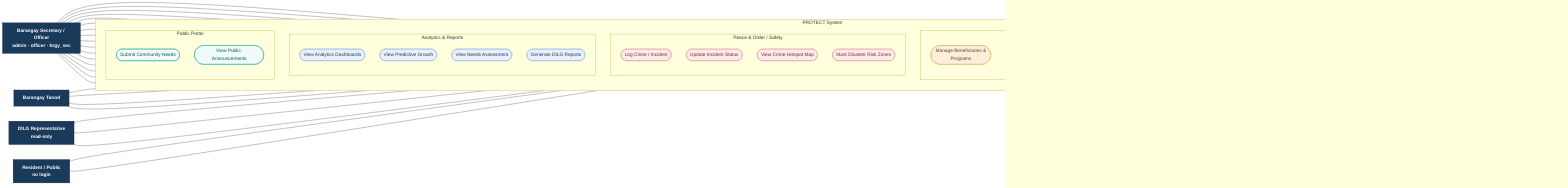
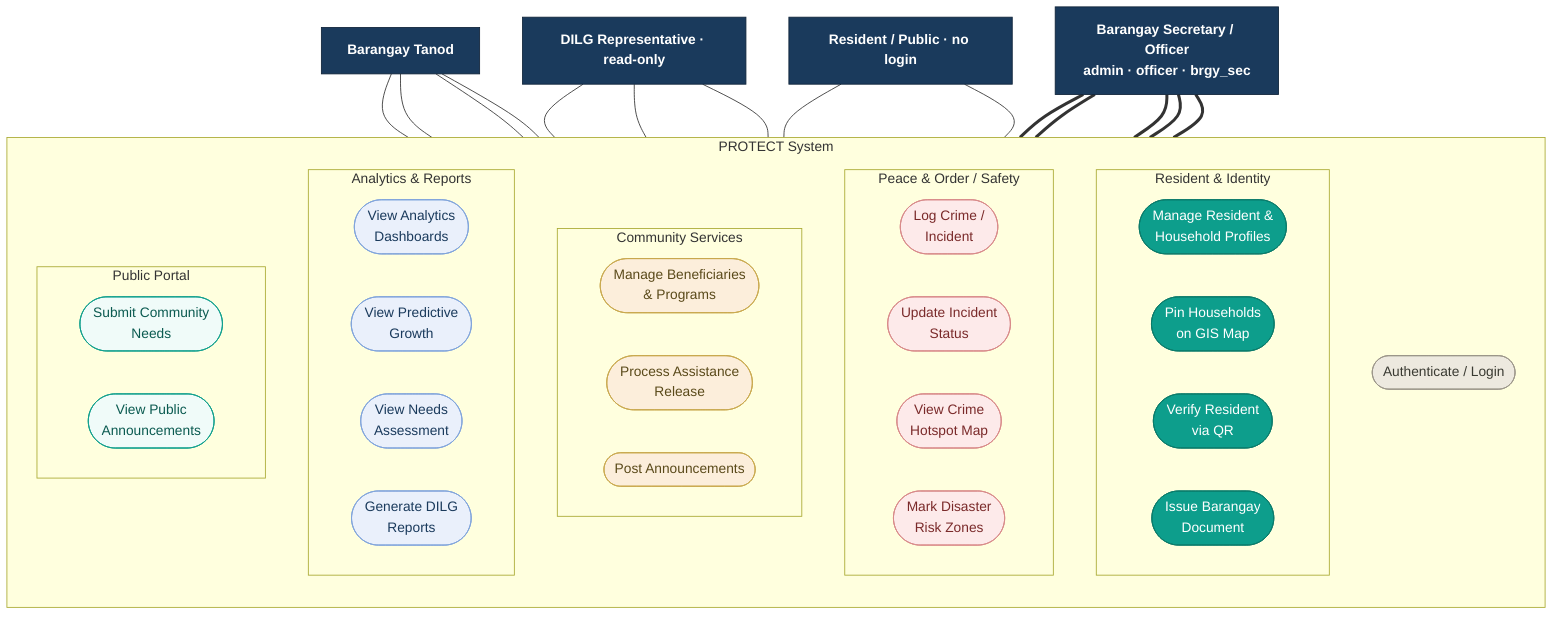
- flowchart LR
-     %% ===== Actors =====
+ flowchart TB
+     %% ===== Actors (top row) =====
    Sec[" Barangay Secretary / Officer<br/>admin · officer · brgy_sec"]
    Tanod[" Barangay Tanod"]
-     DILG[" DILG Representative<br/>read-only"]
-     Res[" Resident / Public<br/>no login"]
+     DILG[" DILG Representative · read-only"]
+     Res[" Resident / Public · no login"]

    subgraph SYS[PROTECT System]
      direction TB

      UC_Login(["Authenticate / Login"])

      subgraph G1[Resident & Identity]
-         direction TB
+         direction LR
        UC_Res(["Manage Resident &<br/>Household Profiles"])
-         UC_GIS(["Pin Households on GIS Map"])
-         UC_QR(["Verify Resident via QR"])
-         UC_Doc(["Issue Barangay Document"])
+         UC_GIS(["Pin Households<br/>on GIS Map"])
+         UC_QR(["Verify Resident<br/>via QR"])
+         UC_Doc(["Issue Barangay<br/>Document"])
+       end
+ 
+       subgraph G3[Peace & Order / Safety]
+         direction LR
+         UC_Log(["Log Crime /<br/>Incident"])
+         UC_Stat(["Update Incident<br/>Status"])
+         UC_Hot(["View Crime<br/>Hotspot Map"])
+         UC_Dis(["Mark Disaster<br/>Risk Zones"])
      end

      subgraph G2[Community Services]
-         direction TB
-         UC_Ben(["Manage Beneficiaries &<br/>Programs"])
-         UC_Aid(["Process Assistance Release"])
+         direction LR
+         UC_Ben(["Manage Beneficiaries<br/>& Programs"])
+         UC_Aid(["Process Assistance<br/>Release"])
        UC_Ann(["Post Announcements"])
      end

-       subgraph G3[Peace & Order / Safety]
-         direction TB
-         UC_Log(["Log Crime / Incident"])
-         UC_Stat(["Update Incident Status"])
-         UC_Hot(["View Crime Hotspot Map"])
-         UC_Dis(["Mark Disaster Risk Zones"])
-       end
- 
      subgraph G4[Analytics & Reports]
-         direction TB
-         UC_Ana(["View Analytics Dashboards"])
-         UC_Pred(["View Predictive Growth"])
-         UC_Needs(["View Needs Assessment"])
-         UC_Rep(["Generate DILG Reports"])
+         direction LR
+         UC_Ana(["View Analytics<br/>Dashboards"])
+         UC_Pred(["View Predictive<br/>Growth"])
+         UC_Needs(["View Needs<br/>Assessment"])
+         UC_Rep(["Generate DILG<br/>Reports"])
      end

      subgraph G5[Public Portal]
-         direction TB
-         UC_Submit(["Submit Community Needs"])
-         UC_PubAnn(["View Public Announcements"])
+         direction LR
+         UC_Submit(["Submit Community<br/>Needs"])
+         UC_PubAnn(["View Public<br/>Announcements"])
      end
    end

-     %% ===== Secretary / Officer — full access =====
-     Sec --- UC_Login
-     Sec --- UC_Res
-     Sec --- UC_GIS
-     Sec --- UC_QR
-     Sec --- UC_Doc
-     Sec --- UC_Ben
-     Sec --- UC_Aid
-     Sec --- UC_Ann
-     Sec --- UC_Log
-     Sec --- UC_Stat
-     Sec --- UC_Hot
-     Sec --- UC_Dis
-     Sec --- UC_Ana
-     Sec --- UC_Pred
-     Sec --- UC_Needs
-     Sec --- UC_Rep
+     %% ===== Secretary / Officer — full access (whole groups) =====
+     Sec === UC_Login
+     Sec === G1
+     Sec === G2
+     Sec === G3
+     Sec === G4

    %% ===== Tanod — peace & order only =====
    Tanod --- UC_Login
    Tanod --- UC_Log
    Tanod --- UC_Stat
    Tanod --- UC_Hot

    %% ===== DILG Rep — read-only review =====
    DILG --- UC_Login
    DILG --- UC_Rep
    DILG --- UC_Needs

    %% ===== Resident / Public — no login =====
    Res --- UC_Submit
    Res --- UC_PubAnn

    %% ===== Styling =====
    classDef actor fill:#1A3A5C,stroke:#10243a,color:#fff,font-weight:bold;
    classDef resident fill:#0D9E8C,stroke:#0a7a6a,color:#fff;
    classDef community fill:#FCEEDB,stroke:#C9A84C,color:#5A4A1A;
    classDef safety fill:#FDEAEA,stroke:#D88888,color:#7A2A2A;
    classDef analytics fill:#EAF0FB,stroke:#7FA3DB,color:#1A3A5C;
    classDef auth fill:#EDE9DF,stroke:#9A9488,color:#3A3A32;
    classDef public fill:#F0FBF9,stroke:#0D9E8C,color:#0a5a50;

    class Sec,Tanod,DILG,Res actor;
    class UC_Login auth;
    class UC_Res,UC_GIS,UC_QR,UC_Doc resident;
    class UC_Ben,UC_Aid,UC_Ann community;
    class UC_Log,UC_Stat,UC_Hot,UC_Dis safety;
    class UC_Ana,UC_Pred,UC_Needs,UC_Rep analytics;
    class UC_Submit,UC_PubAnn public;
